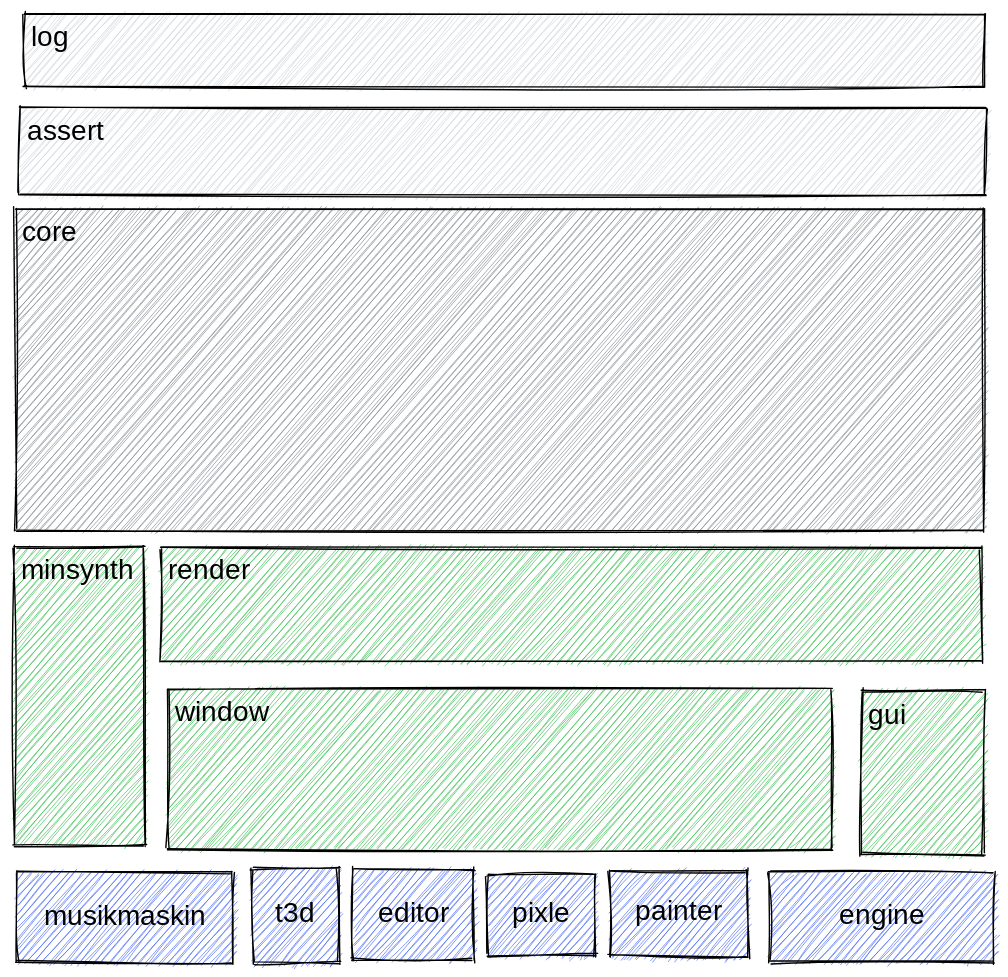
Before: docs/euphoria.excalidraw.svg, a diagram exported from Excalidraw (madeso/euphoria). Source tidied: one line per element, renumbered; positions are measured from the earlier drawing's top-left corner, leaving out a move shared by most shapes. Its diagram source:
```json
{"id": 0, "type": "rectangle", "strokeColor": "#000000", "backgroundColor": "#ced4da", "fillStyle": "hachure", "strokeWidth": 1, "roughness": 1, "x": 7, "y": 0, "width": 686, "height": 52}
{"id": 1, "type": "rectangle", "strokeColor": "#000000", "backgroundColor": "#ced4da", "fillStyle": "hachure", "strokeWidth": 1, "roughness": 1, "x": 4, "y": 67, "width": 690, "height": 62}
{"id": 2, "type": "rectangle", "strokeColor": "#000000", "backgroundColor": "#40c057", "fillStyle": "hachure", "strokeWidth": 1, "roughness": 1, "x": 105, "y": 381, "width": 586, "height": 81}
{"id": 3, "type": "rectangle", "strokeColor": "#000000", "backgroundColor": "#868e96", "fillStyle": "hachure", "strokeWidth": 1, "roughness": 1, "x": 1, "y": 139, "width": 692, "height": 230}
{"id": 4, "type": "rectangle", "strokeColor": "#000000", "backgroundColor": "#40c057", "fillStyle": "hachure", "strokeWidth": 1, "roughness": 1, "x": 0, "y": 381, "width": 93, "height": 213}
{"id": 5, "type": "rectangle", "strokeColor": "#000000", "backgroundColor": "#40c057", "fillStyle": "hachure", "strokeWidth": 1, "roughness": 1, "x": 605, "y": 483, "width": 88, "height": 117}
{"id": 6, "type": "rectangle", "strokeColor": "#000000", "backgroundColor": "#40c057", "fillStyle": "hachure", "strokeWidth": 1, "roughness": 1, "x": 110, "y": 482, "width": 474, "height": 115}
{"id": 7, "type": "rectangle", "strokeColor": "#000000", "backgroundColor": "#4c6ef5", "fillStyle": "hachure", "strokeWidth": 1, "roughness": 1, "x": 540, "y": 613, "width": 160, "height": 64}
{"id": 8, "type": "rectangle", "strokeColor": "#000000", "backgroundColor": "#4c6ef5", "fillStyle": "hachure", "strokeWidth": 1, "roughness": 1, "x": 170, "y": 610, "width": 62, "height": 68}
{"id": 9, "type": "rectangle", "strokeColor": "#000000", "backgroundColor": "#4c6ef5", "fillStyle": "hachure", "strokeWidth": 1, "roughness": 1, "x": 242, "y": 611, "width": 86, "height": 65}
{"id": 10, "type": "text", "text": "editor", "strokeColor": "#000000", "strokeWidth": 1, "roughness": 1, "fontSize": 20, "fontFamily": 1, "textAlign": "center", "verticalAlign": "middle", "inside": 9, "x": 247, "y": 630, "width": 76, "height": 26}
{"id": 11, "type": "text", "text": "t3d", "strokeColor": "#000000", "strokeWidth": 1, "roughness": 1, "fontSize": 20, "fontFamily": 1, "textAlign": "center", "verticalAlign": "middle", "inside": 8, "x": 175, "y": 631, "width": 52, "height": 26}
{"id": 12, "type": "text", "text": "engine", "strokeColor": "#000000", "strokeWidth": 1, "roughness": 1, "fontSize": 20, "fontFamily": 1, "textAlign": "center", "verticalAlign": "middle", "inside": 7, "x": 545, "y": 632, "width": 150, "height": 26}
{"id": 13, "type": "text", "text": "core", "strokeColor": "#000000", "strokeWidth": 1, "roughness": 1, "fontSize": 20, "fontFamily": 1, "inside": 3, "x": 6, "y": 144, "width": 682, "height": 26}
{"id": 14, "type": "text", "text": "minsynth", "strokeColor": "#000000", "strokeWidth": 1, "roughness": 1, "fontSize": 20, "fontFamily": 1, "inside": 4, "x": 5, "y": 386, "width": 83, "height": 26}
{"id": 15, "type": "text", "text": "render", "strokeColor": "#000000", "strokeWidth": 1, "roughness": 1, "fontSize": 20, "fontFamily": 1, "inside": 2, "x": 110, "y": 386, "width": 576, "height": 26}
{"id": 16, "type": "text", "text": "gui", "strokeColor": "#000000", "strokeWidth": 1, "roughness": 1, "fontSize": 20, "fontFamily": 1, "inside": 5, "x": 610, "y": 488, "width": 78, "height": 28}
{"id": 17, "type": "text", "text": "window", "strokeColor": "#000000", "strokeWidth": 1, "roughness": 1, "fontSize": 20, "fontFamily": 1, "inside": 6, "x": 115, "y": 487, "width": 464, "height": 26}
{"id": 18, "type": "text", "text": "log", "strokeColor": "#000000", "strokeWidth": 1, "roughness": 1, "fontSize": 20, "fontFamily": 1, "inside": 0, "x": 12, "y": 5, "width": 676, "height": 26}
{"id": 19, "type": "text", "text": "assert", "strokeColor": "#000000", "strokeWidth": 1, "roughness": 1, "fontSize": 20, "fontFamily": 1, "inside": 1, "x": 9, "y": 72, "width": 680, "height": 26}
{"id": 20, "type": "rectangle", "strokeColor": "#000000", "backgroundColor": "#4c6ef5", "fillStyle": "hachure", "strokeWidth": 1, "roughness": 1, "x": 2, "y": 613, "width": 154, "height": 65}
{"id": 21, "type": "text", "text": "musikmaskin", "strokeColor": "#000000", "backgroundColor": "#40c057", "fillStyle": "hachure", "strokeWidth": 1, "roughness": 1, "fontSize": 20, "fontFamily": 1, "textAlign": "center", "verticalAlign": "middle", "inside": 20, "x": 7, "y": 632, "width": 144, "height": 26}
{"id": 22, "type": "rectangle", "strokeColor": "#000000", "backgroundColor": "#4c6ef5", "fillStyle": "hachure", "strokeWidth": 1, "roughness": 1, "x": 338, "y": 615, "width": 77, "height": 58}
{"id": 23, "type": "text", "text": "pixle", "strokeColor": "#000000", "backgroundColor": "#4c6ef5", "fillStyle": "hachure", "strokeWidth": 1, "roughness": 1, "fontSize": 20, "fontFamily": 1, "textAlign": "center", "verticalAlign": "middle", "inside": 22, "x": 343, "y": 631, "width": 67, "height": 26}
{"id": 24, "type": "rectangle", "strokeColor": "#000000", "backgroundColor": "#4c6ef5", "fillStyle": "hachure", "strokeWidth": 1, "roughness": 1, "x": 426, "y": 612, "width": 98, "height": 61}
{"id": 25, "type": "text", "text": "painter", "strokeColor": "#000000", "backgroundColor": "#4c6ef5", "fillStyle": "hachure", "strokeWidth": 1, "roughness": 1, "fontSize": 20, "fontFamily": 1, "textAlign": "center", "verticalAlign": "middle", "inside": 24, "x": 431, "y": 630, "width": 88, "height": 26}
```
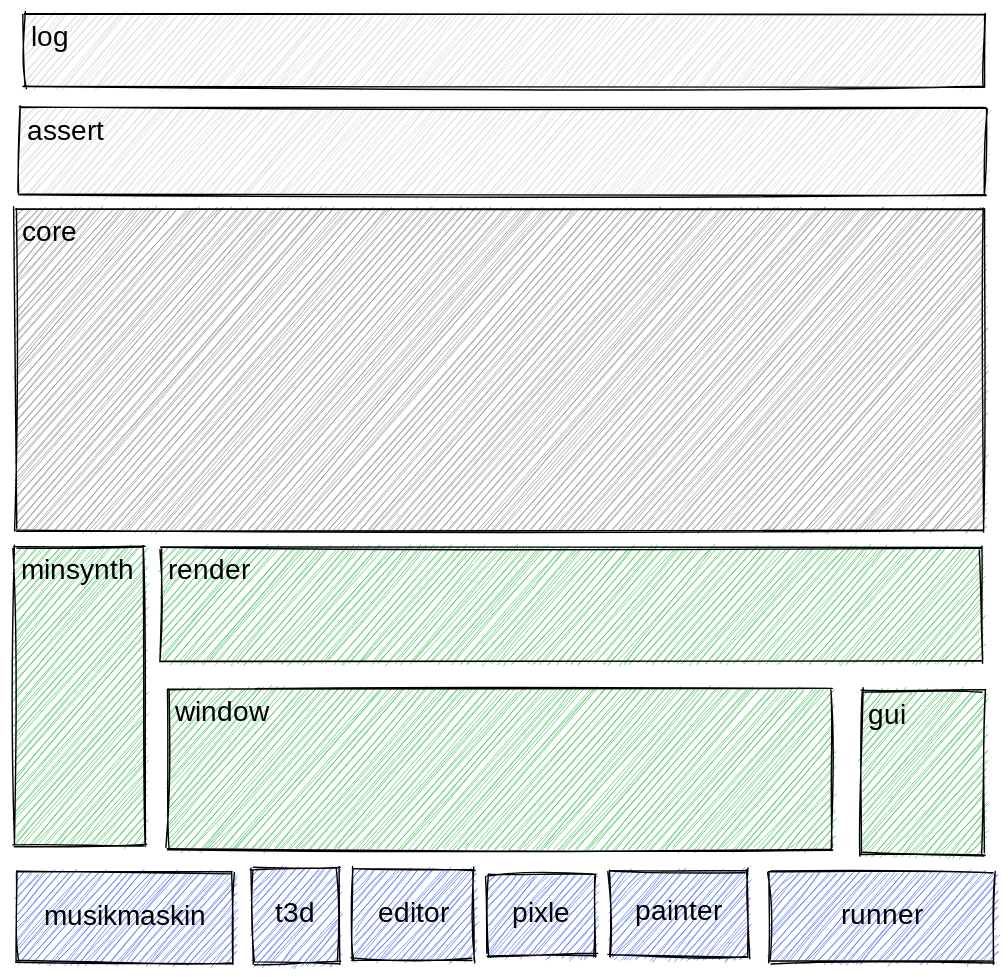
After the change.

Commit message:
chore: updated svg to better reflect current names

The edit, as a diff of the source:
```diff
@@ -10,7 +10,7 @@
 {"id": 9, "type": "rectangle", "strokeColor": "#000000", "backgroundColor": "#4c6ef5", "fillStyle": "hachure", "strokeWidth": 1, "roughness": 1, "x": 242, "y": 611, "width": 86, "height": 65}
 {"id": 10, "type": "text", "text": "editor", "strokeColor": "#000000", "strokeWidth": 1, "roughness": 1, "fontSize": 20, "fontFamily": 1, "textAlign": "center", "verticalAlign": "middle", "inside": 9, "x": 247, "y": 630, "width": 76, "height": 26}
 {"id": 11, "type": "text", "text": "t3d", "strokeColor": "#000000", "strokeWidth": 1, "roughness": 1, "fontSize": 20, "fontFamily": 1, "textAlign": "center", "verticalAlign": "middle", "inside": 8, "x": 175, "y": 631, "width": 52, "height": 26}
-{"id": 12, "type": "text", "text": "engine", "strokeColor": "#000000", "strokeWidth": 1, "roughness": 1, "fontSize": 20, "fontFamily": 1, "textAlign": "center", "verticalAlign": "middle", "inside": 7, "x": 545, "y": 632, "width": 150, "height": 26}
+{"id": 12, "type": "text", "text": "runner", "strokeColor": "#000000", "strokeWidth": 1, "roughness": 1, "fontSize": 20, "fontFamily": 1, "textAlign": "center", "verticalAlign": "middle", "inside": 7, "x": 545, "y": 632, "width": 150, "height": 26}
 {"id": 13, "type": "text", "text": "core", "strokeColor": "#000000", "strokeWidth": 1, "roughness": 1, "fontSize": 20, "fontFamily": 1, "inside": 3, "x": 6, "y": 144, "width": 682, "height": 26}
 {"id": 14, "type": "text", "text": "minsynth", "strokeColor": "#000000", "strokeWidth": 1, "roughness": 1, "fontSize": 20, "fontFamily": 1, "inside": 4, "x": 5, "y": 386, "width": 83, "height": 26}
 {"id": 15, "type": "text", "text": "render", "strokeColor": "#000000", "strokeWidth": 1, "roughness": 1, "fontSize": 20, "fontFamily": 1, "inside": 2, "x": 110, "y": 386, "width": 576, "height": 26}
```
